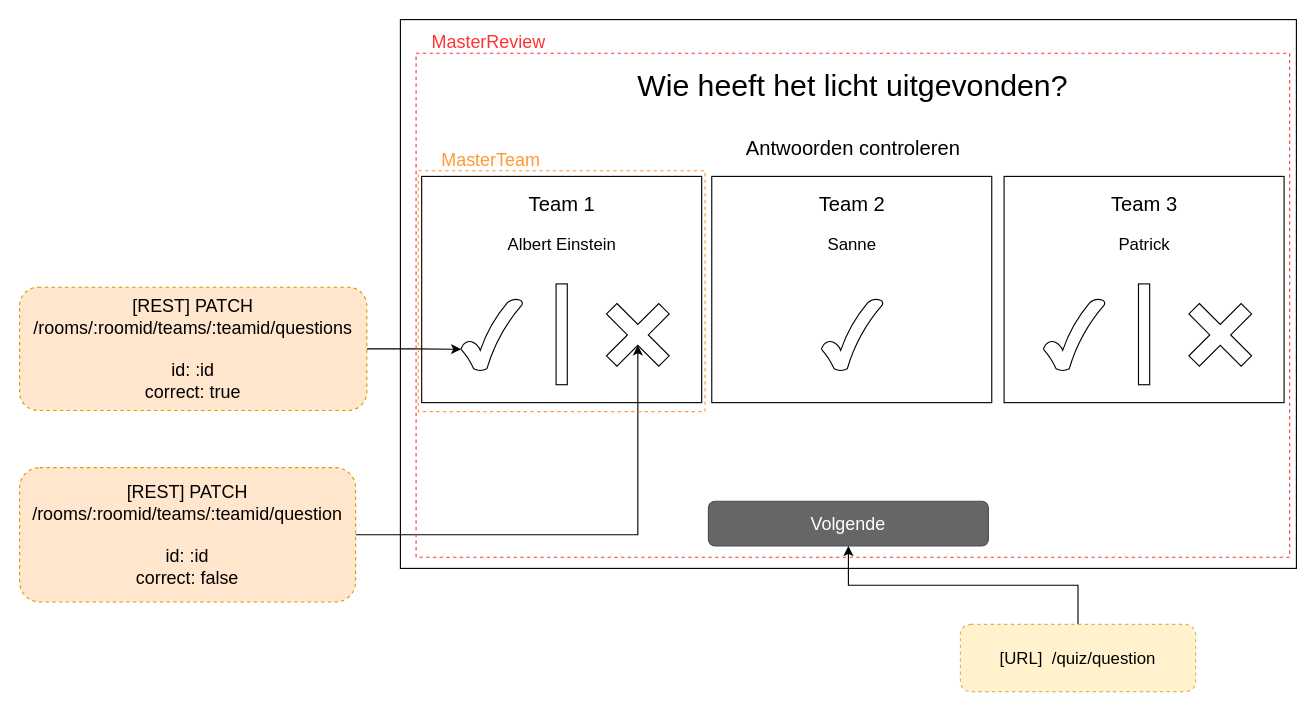
Earlier version of the draw.io diagram page "Master (review answers)" (10 of 13) of wireframes.drawio (Patrickroelofs/HANICA-DWA-Quizzer). Source tidied: cells renumbered, new cells numbered last; positions are measured from the earlier drawing's top-left corner, leaving out a move shared by most shapes. Both pictures are drawn from the tidied source at 112%, with x=0, y=0 at pixel (19, 19).
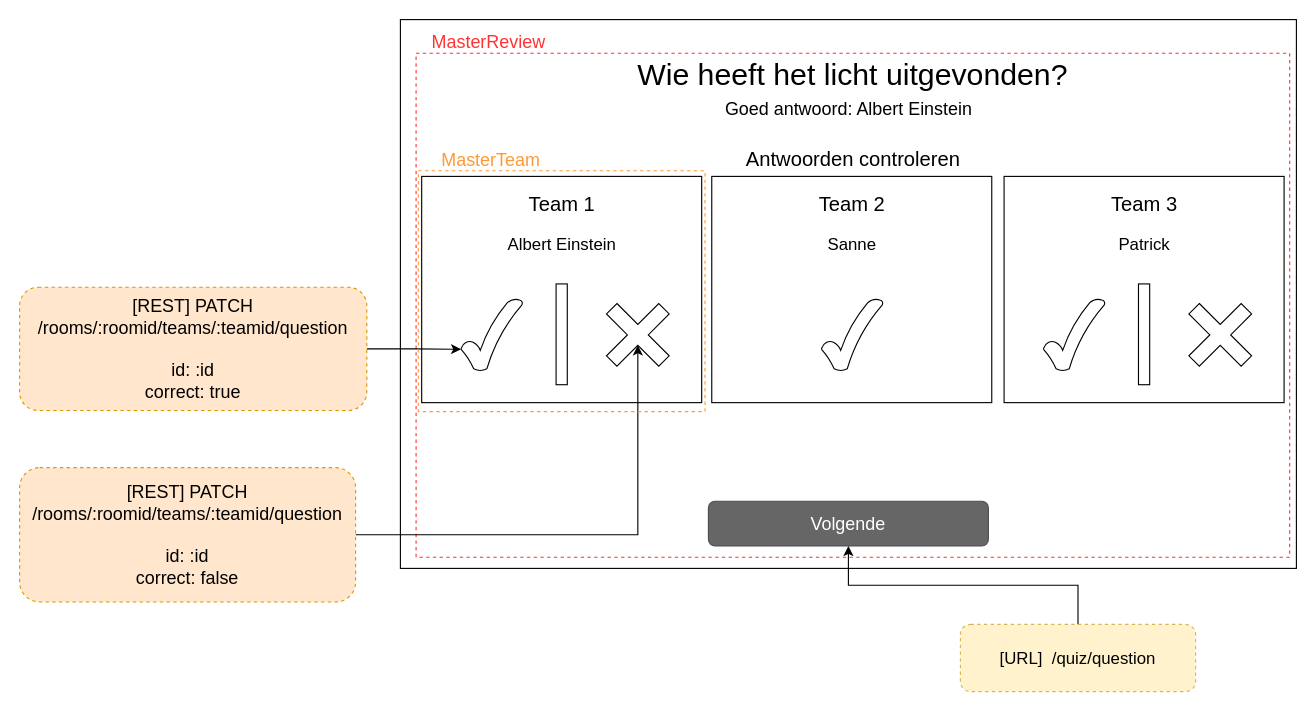
Above is the later version.

The edit, as a diff of the source:
```diff
@@
+    <mxCell id="31" style="rounded=0;whiteSpace=wrap;html=1;dashed=1;labelBackgroundColor=none;strokeColor=#FF3333;fillColor=none;fontSize=16;fontColor=#FF3333;align=center;" parent="1" vertex="1">
+      <mxGeometry x="354" y="30" width="780" height="450" as="geometry" />
+    </mxCell>
     <mxCell id="3" value="&lt;font style=&quot;font-size: 18px&quot;&gt;Antwoorden controleren&lt;/font&gt;" style="text;html=1;align=center;verticalAlign=middle;fillColor=none;strokeColor=none;rounded=0;fontSize=18;" parent="1" vertex="1">
-      <mxGeometry x="639" y="100" width="210" height="30" as="geometry" />
+      <mxGeometry x="639" y="110" width="210" height="30" as="geometry" />
     </mxCell>
@@
     <mxCell id="24" value="&lt;span style=&quot;font-size: 27px;&quot;&gt;Wie heeft het licht uitgevonden?&lt;/span&gt;" style="text;html=1;strokeColor=none;fillColor=none;align=center;verticalAlign=middle;whiteSpace=wrap;rounded=0;fontSize=27;" parent="1" vertex="1">
-      <mxGeometry x="544" y="50" width="400" height="20" as="geometry" />
+      <mxGeometry x="544" y="40" width="400" height="20" as="geometry" />
     </mxCell>
@@
-    <mxCell id="26" value="[REST] PATCH&lt;br&gt;/rooms/:roomid/teams/:teamid/questions&lt;br&gt;&lt;br&gt;id: :id&lt;br&gt;correct: true" style="rounded=1;whiteSpace=wrap;html=1;dashed=1;labelBackgroundColor=none;strokeColor=#d79b00;fillColor=#ffe6cc;fontSize=16;align=center;perimeterSpacing=0;" parent="1" vertex="1">
+    <mxCell id="26" value="[REST] PATCH&lt;br&gt;/rooms/:roomid/teams/:teamid/question&lt;br&gt;&lt;br&gt;id: :id&lt;br&gt;correct: true" style="rounded=1;whiteSpace=wrap;html=1;dashed=1;labelBackgroundColor=none;strokeColor=#d79b00;fillColor=#ffe6cc;fontSize=16;align=center;perimeterSpacing=0;" parent="1" vertex="1">
       <mxGeometry y="239" width="310" height="110" as="geometry" />
     </mxCell>
@@
-    <mxCell id="31" style="rounded=0;whiteSpace=wrap;html=1;dashed=1;labelBackgroundColor=none;strokeColor=#FF3333;fillColor=none;fontSize=16;fontColor=#FF3333;align=center;" parent="1" vertex="1">
-      <mxGeometry x="354" y="30" width="780" height="450" as="geometry" />
-    </mxCell>
@@
+    <mxCell id="35" value="&lt;font color=&quot;#000000&quot;&gt;Goed antwoord: Albert Einstein&lt;/font&gt;" style="text;html=1;align=center;verticalAlign=middle;fillColor=none;strokeColor=none;rounded=0;dashed=1;labelBackgroundColor=none;fontSize=16;fontColor=#FF3333;" parent="1" vertex="1">
+      <mxGeometry x="620" y="70" width="240" height="20" as="geometry" />
+    </mxCell>
```
